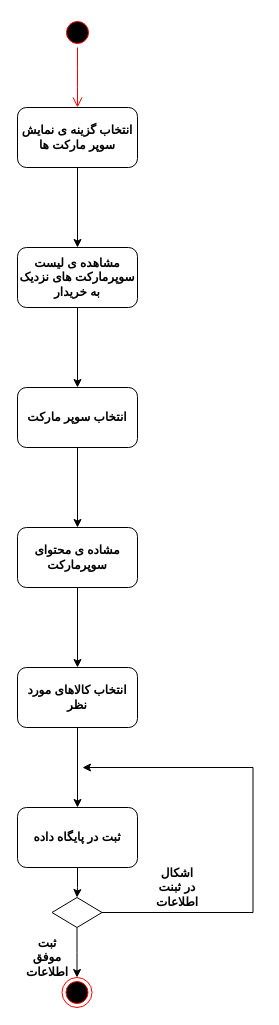
Above: docs/Supermarket Lists Diagram.drawio in marketplus95/marketplus95 (draw.io), before the change. Source tidied: cells renumbered, new cells numbered last; positions are measured from the earlier drawing's top-left corner, leaving out a move shared by most shapes. Both pictures are drawn from the tidied source at 100%, with x=0, y=0 at pixel (17, 17).
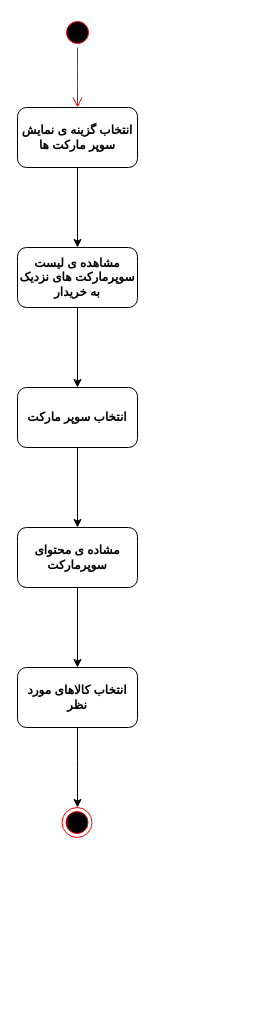
The same diagram, later.

Unchanged cells that the change refers to:
```xml
<mxCell id="11" value="&lt;b&gt;انتخاب کالاهای مورد نظر&lt;/b&gt;" style="rounded=1;whiteSpace=wrap;html=1;" parent="1" vertex="1">
  <mxGeometry y="650" width="120" height="60" as="geometry" />
</mxCell>
```

Change to the diagram source:
```diff
@@
-    <mxCell id="10" style="edgeStyle=orthogonalEdgeStyle;rounded=0;jettySize=auto;html=1;" parent="1" edge="1" source="11" target="13">
-      <mxGeometry relative="1" as="geometry" />
+    <mxCell id="10" style="edgeStyle=orthogonalEdgeStyle;rounded=0;jettySize=auto;html=1;" parent="1" edge="1" source="11">
+      <mxGeometry relative="1" as="geometry">
+        <mxPoint x="60" y="790" as="targetPoint" />
+      </mxGeometry>
     </mxCell>
@@
-    <mxCell id="12" style="edgeStyle=orthogonalEdgeStyle;rounded=0;jettySize=auto;html=1;entryX=0.5;entryY=0;entryDx=0;entryDy=0;" parent="1" edge="1" source="13" target="19">
-      <mxGeometry relative="1" as="geometry" />
-    </mxCell>
-    <mxCell id="13" value="&lt;b&gt;ثبت در پایگاه داده&lt;/b&gt;" style="rounded=1;whiteSpace=wrap;html=1;" parent="1" vertex="1">
-      <mxGeometry y="790" width="120" height="60" as="geometry" />
-    </mxCell>
@@
     <mxCell id="16" style="ellipse;html=1;shape=endState;fillColor=#000000;strokeColor=#ff0000;" parent="1" vertex="1">
-      <mxGeometry x="44.5" y="960" width="30" height="30" as="geometry" />
+      <mxGeometry x="44.5" y="790" width="30" height="30" as="geometry" />
     </mxCell>
-    <mxCell id="17" style="edgeStyle=orthogonalEdgeStyle;rounded=0;jettySize=auto;html=1;" parent="1" edge="1" source="19">
-      <mxGeometry relative="1" as="geometry">
-        <mxPoint x="59.5" y="960" as="targetPoint" />
-      </mxGeometry>
-    </mxCell>
-    <mxCell id="18" style="edgeStyle=orthogonalEdgeStyle;rounded=0;jettySize=auto;html=1;" parent="1" edge="1" source="19">
-      <mxGeometry relative="1" as="geometry">
-        <mxPoint x="65" y="750" as="targetPoint" />
-        <Array as="points">
-          <mxPoint x="235.5" y="895" />
-          <mxPoint x="235.5" y="750" />
-        </Array>
-      </mxGeometry>
-    </mxCell>
-    <mxCell id="19" style="rhombus;whiteSpace=wrap;html=1;" parent="1" vertex="1">
-      <mxGeometry x="34.5" y="880" width="50" height="30" as="geometry" />
-    </mxCell>
-    <mxCell id="20" value="&lt;b&gt;ثبت موفق اطلاعات&lt;/b&gt;" style="text;html=1;strokeColor=none;fillColor=none;align=center;verticalAlign=middle;whiteSpace=wrap;rounded=0;" parent="1" vertex="1">
-      <mxGeometry x="10" y="930" width="40" height="20" as="geometry" />
-    </mxCell>
-    <mxCell id="21" value="&lt;b&gt;اشکال در ثبنت اطلاعات&lt;/b&gt;" style="text;html=1;strokeColor=none;fillColor=none;align=center;verticalAlign=middle;whiteSpace=wrap;rounded=0;" parent="1" vertex="1">
-      <mxGeometry x="140" y="860" width="40" height="20" as="geometry" />
-    </mxCell>
```
